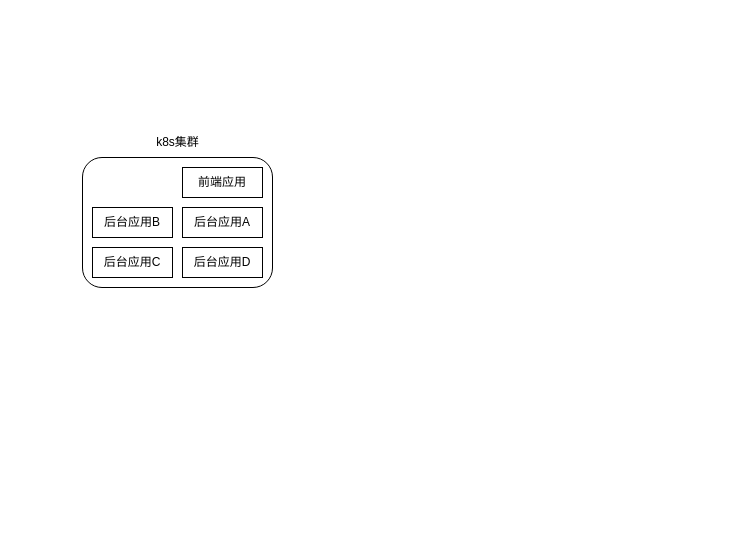
The draw.io diagram TSF 网络出口.drawio in 1247691206/JavaArchitect, before the edit. Source tidied: cells renumbered, new cells numbered last; positions are measured from the earlier drawing's top-left corner, leaving out a move shared by most shapes. Both pictures are drawn from the tidied source at 100%, with x=0, y=0 at pixel (82, 137).
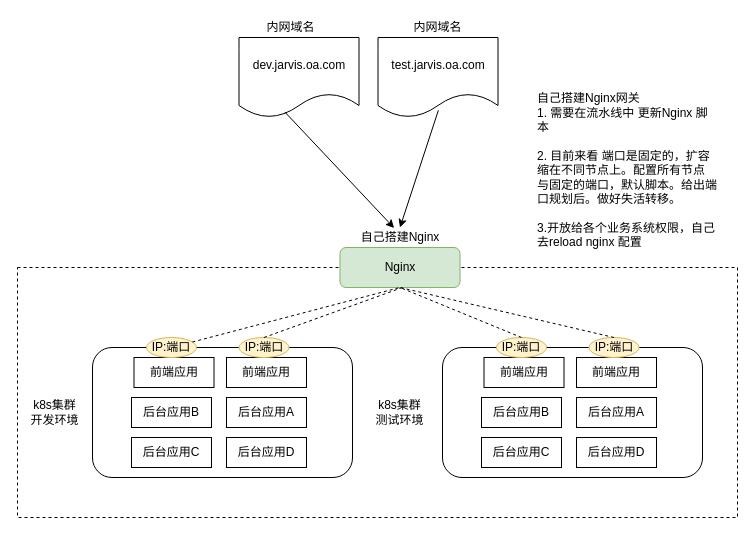
Above is the later version.

The edit, as a diff of the source:
```diff
@@
     <mxCell id="2" style="rounded=1;whiteSpace=wrap;html=1;" parent="1" vertex="1">
-      <mxGeometry y="20" width="190" height="130" as="geometry" />
+      <mxGeometry x="10" y="210" width="260" height="130" as="geometry" />
     </mxCell>
-    <mxCell id="3" value="k8s集群" style="text;html=1;strokeColor=none;fillColor=none;align=center;verticalAlign=middle;whiteSpace=wrap;rounded=0;" parent="1" vertex="1">
-      <mxGeometry x="57.5" width="75" height="10" as="geometry" />
+    <mxCell id="3" value="k8s集群&lt;br&gt;开发环境" style="text;html=1;strokeColor=none;fillColor=none;align=center;verticalAlign=middle;whiteSpace=wrap;rounded=0;" parent="1" vertex="1">
+      <mxGeometry x="-65" y="255" width="75" height="40" as="geometry" />
     </mxCell>
     <mxCell id="4" value="后台应用A" style="rounded=0;whiteSpace=wrap;html=1;" parent="1" vertex="1">
-      <mxGeometry x="100" y="70" width="80" height="30" as="geometry" />
+      <mxGeometry x="144" y="260" width="80" height="30" as="geometry" />
     </mxCell>
     <mxCell id="5" value="后台应用B" style="rounded=0;whiteSpace=wrap;html=1;" parent="1" vertex="1">
-      <mxGeometry x="10" y="70" width="80" height="30" as="geometry" />
+      <mxGeometry x="49" y="260" width="80" height="30" as="geometry" />
     </mxCell>
     <mxCell id="6" value="后台应用C" style="rounded=0;whiteSpace=wrap;html=1;" parent="1" vertex="1">
-      <mxGeometry x="10" y="110" width="80" height="30" as="geometry" />
+      <mxGeometry x="49" y="300" width="80" height="30" as="geometry" />
     </mxCell>
     <mxCell id="7" value="前端应用" style="rounded=0;whiteSpace=wrap;html=1;" parent="1" vertex="1">
-      <mxGeometry x="100" y="30" width="80" height="30" as="geometry" />
+      <mxGeometry x="51.5" y="220" width="80" height="30" as="geometry" />
     </mxCell>
     <mxCell id="8" value="后台应用D" style="rounded=0;whiteSpace=wrap;html=1;" parent="1" vertex="1">
-      <mxGeometry x="100" y="110" width="80" height="30" as="geometry" />
+      <mxGeometry x="144" y="300" width="80" height="30" as="geometry" />
     </mxCell>
+    <mxCell id="9" style="rounded=0;whiteSpace=wrap;html=1;dashed=1;fillColor=none;" parent="1" vertex="1">
+      <mxGeometry x="-65" y="130" width="720" height="250" as="geometry" />
+    </mxCell>
+    <mxCell id="10" value="IP:端口" style="ellipse;whiteSpace=wrap;html=1;fillColor=#fff2cc;strokeColor=#d6b656;" parent="1" vertex="1">
+      <mxGeometry x="64" y="200" width="50" height="20" as="geometry" />
+    </mxCell>
+    <mxCell id="11" value="Nginx" style="rounded=1;whiteSpace=wrap;html=1;fillColor=#d5e8d4;strokeColor=#82b366;" parent="1" vertex="1">
+      <mxGeometry x="257.5" y="110" width="120" height="40" as="geometry" />
+    </mxCell>
+    <mxCell id="12" value="前端应用" style="rounded=0;whiteSpace=wrap;html=1;" parent="1" vertex="1">
+      <mxGeometry x="144" y="220" width="80" height="30" as="geometry" />
+    </mxCell>
+    <mxCell id="13" value="IP:端口" style="ellipse;whiteSpace=wrap;html=1;fillColor=#fff2cc;strokeColor=#d6b656;" parent="1" vertex="1">
+      <mxGeometry x="156.5" y="200" width="50" height="20" as="geometry" />
+    </mxCell>
+    <mxCell id="14" style="rounded=1;whiteSpace=wrap;html=1;" parent="1" vertex="1">
+      <mxGeometry x="360" y="210" width="260" height="130" as="geometry" />
+    </mxCell>
+    <mxCell id="15" value="k8s集群&lt;br&gt;测试环境" style="text;html=1;strokeColor=none;fillColor=none;align=center;verticalAlign=middle;whiteSpace=wrap;rounded=0;" parent="1" vertex="1">
+      <mxGeometry x="280" y="260" width="75" height="30" as="geometry" />
+    </mxCell>
+    <mxCell id="16" value="后台应用A" style="rounded=0;whiteSpace=wrap;html=1;" parent="1" vertex="1">
+      <mxGeometry x="494" y="260" width="80" height="30" as="geometry" />
+    </mxCell>
+    <mxCell id="17" value="后台应用B" style="rounded=0;whiteSpace=wrap;html=1;" parent="1" vertex="1">
+      <mxGeometry x="399" y="260" width="80" height="30" as="geometry" />
+    </mxCell>
+    <mxCell id="18" value="后台应用C" style="rounded=0;whiteSpace=wrap;html=1;" parent="1" vertex="1">
+      <mxGeometry x="399" y="300" width="80" height="30" as="geometry" />
+    </mxCell>
+    <mxCell id="19" value="前端应用" style="rounded=0;whiteSpace=wrap;html=1;" parent="1" vertex="1">
+      <mxGeometry x="401.5" y="220" width="80" height="30" as="geometry" />
+    </mxCell>
+    <mxCell id="20" value="后台应用D" style="rounded=0;whiteSpace=wrap;html=1;" parent="1" vertex="1">
+      <mxGeometry x="494" y="300" width="80" height="30" as="geometry" />
+    </mxCell>
+    <mxCell id="21" value="IP:端口" style="ellipse;whiteSpace=wrap;html=1;fillColor=#fff2cc;strokeColor=#d6b656;" parent="1" vertex="1">
+      <mxGeometry x="414" y="200" width="50" height="20" as="geometry" />
+    </mxCell>
+    <mxCell id="22" value="前端应用" style="rounded=0;whiteSpace=wrap;html=1;" parent="1" vertex="1">
+      <mxGeometry x="494" y="220" width="80" height="30" as="geometry" />
+    </mxCell>
+    <mxCell id="23" value="IP:端口" style="ellipse;whiteSpace=wrap;html=1;fillColor=#fff2cc;strokeColor=#d6b656;" parent="1" vertex="1">
+      <mxGeometry x="506.5" y="200" width="50" height="20" as="geometry" />
+    </mxCell>
+    <mxCell id="24" value="自己搭建Nginx" style="text;html=1;strokeColor=none;fillColor=none;align=center;verticalAlign=middle;whiteSpace=wrap;rounded=0;" parent="1" vertex="1">
+      <mxGeometry x="257.5" y="90" width="120" height="20" as="geometry" />
+    </mxCell>
+    <mxCell id="25" value="&lt;br&gt;自己搭建Nginx网关&lt;br&gt;1. 需要在流水线中 更新Nginx 脚本&lt;br&gt;&lt;br&gt;2. 目前来看 端口是固定的，扩容缩在不同节点上。配置所有节点 与固定的端口，默认脚本。给出端口规划后。做好失活转移。&lt;br&gt;&lt;br&gt;3.开放给各个业务系统权限，自己去reload nginx 配置" style="text;html=1;strokeColor=none;fillColor=none;spacing=5;spacingTop=-20;whiteSpace=wrap;overflow=hidden;rounded=0;" parent="1" vertex="1">
+      <mxGeometry x="450" y="-50" width="190" height="170" as="geometry" />
+    </mxCell>
+    <mxCell id="26" value="dev.jarvis.oa.com" style="shape=document;whiteSpace=wrap;html=1;boundedLbl=1;fillColor=none;" parent="1" vertex="1">
+      <mxGeometry x="156.5" y="-100" width="120" height="80" as="geometry" />
+    </mxCell>
+    <mxCell id="27" value="test.jarvis.oa.com" style="shape=document;whiteSpace=wrap;html=1;boundedLbl=1;fillColor=none;" parent="1" vertex="1">
+      <mxGeometry x="295.5" y="-100" width="120" height="80" as="geometry" />
+    </mxCell>
+    <mxCell id="28" value="内网域名" style="text;html=1;strokeColor=none;fillColor=none;align=center;verticalAlign=middle;whiteSpace=wrap;rounded=0;" parent="1" vertex="1">
+      <mxGeometry x="180" y="-120" width="57" height="20" as="geometry" />
+    </mxCell>
+    <mxCell id="29" value="内网域名" style="text;html=1;strokeColor=none;fillColor=none;align=center;verticalAlign=middle;whiteSpace=wrap;rounded=0;" parent="1" vertex="1">
+      <mxGeometry x="327" y="-120" width="57" height="20" as="geometry" />
+    </mxCell>
+    <mxCell id="30" style="endArrow=classic;html=1;exitX=0.383;exitY=0.933;exitDx=0;exitDy=0;exitPerimeter=0;entryX=0.451;entryY=0.025;entryDx=0;entryDy=0;entryPerimeter=0;" parent="1" edge="1" source="26" target="24">
+      <mxGeometry relative="1" as="geometry" />
+    </mxCell>
+    <mxCell id="31" style="endArrow=classic;html=1;exitX=0.503;exitY=0.91;exitDx=0;exitDy=0;exitPerimeter=0;entryX=0.5;entryY=0;entryDx=0;entryDy=0;" parent="1" edge="1" source="27" target="24">
+      <mxGeometry relative="1" as="geometry" />
+    </mxCell>
+    <mxCell id="32" style="endArrow=none;dashed=1;html=1;entryX=0.5;entryY=1;entryDx=0;entryDy=0;" parent="1" edge="1" source="10" target="11">
+      <mxGeometry relative="1" as="geometry" />
+    </mxCell>
+    <mxCell id="33" style="endArrow=none;dashed=1;html=1;exitX=0.5;exitY=0;exitDx=0;exitDy=0;" parent="1" edge="1" source="13">
+      <mxGeometry relative="1" as="geometry">
+        <mxPoint x="320" y="150" as="targetPoint" />
+      </mxGeometry>
+    </mxCell>
+    <mxCell id="34" style="endArrow=none;dashed=1;html=1;exitX=0.5;exitY=0;exitDx=0;exitDy=0;entryX=0.5;entryY=1;entryDx=0;entryDy=0;" parent="1" edge="1" source="21" target="11">
+      <mxGeometry relative="1" as="geometry" />
+    </mxCell>
+    <mxCell id="35" style="endArrow=none;dashed=1;html=1;exitX=0.5;exitY=0;exitDx=0;exitDy=0;entryX=0.5;entryY=1;entryDx=0;entryDy=0;" parent="1" edge="1" source="23" target="11">
+      <mxGeometry relative="1" as="geometry" />
+    </mxCell>
```
